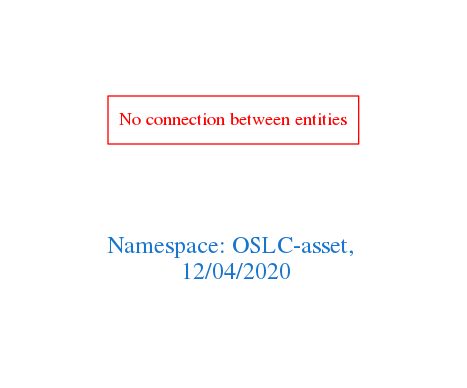
Before: downloads/OSLC-asset.png, a diagram exported from Graphviz (arago/OGIT). Its source is kept beside it as downloads/OSLC-asset.dot.
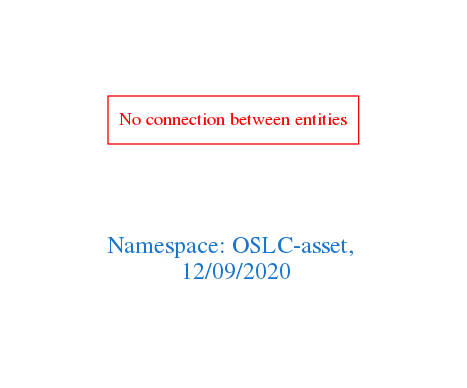
Later version of the same file.

The edit, as a diff of the source:
```diff
@@ -1,7 +1,7 @@
 digraph OGIT_ontology {
  graph [ rankdir= LR,pad=1
 fontsize = 18,
-fontcolor= dodgerblue3,label = "\n\n\nNamespace: OSLC-asset, \n 12/04/2020"];
+fontcolor= dodgerblue3,label = "\n\n\nNamespace: OSLC-asset, \n 12/09/2020"];
 node[shape=polygon];
 edge [  color="gray81"];
 
```
